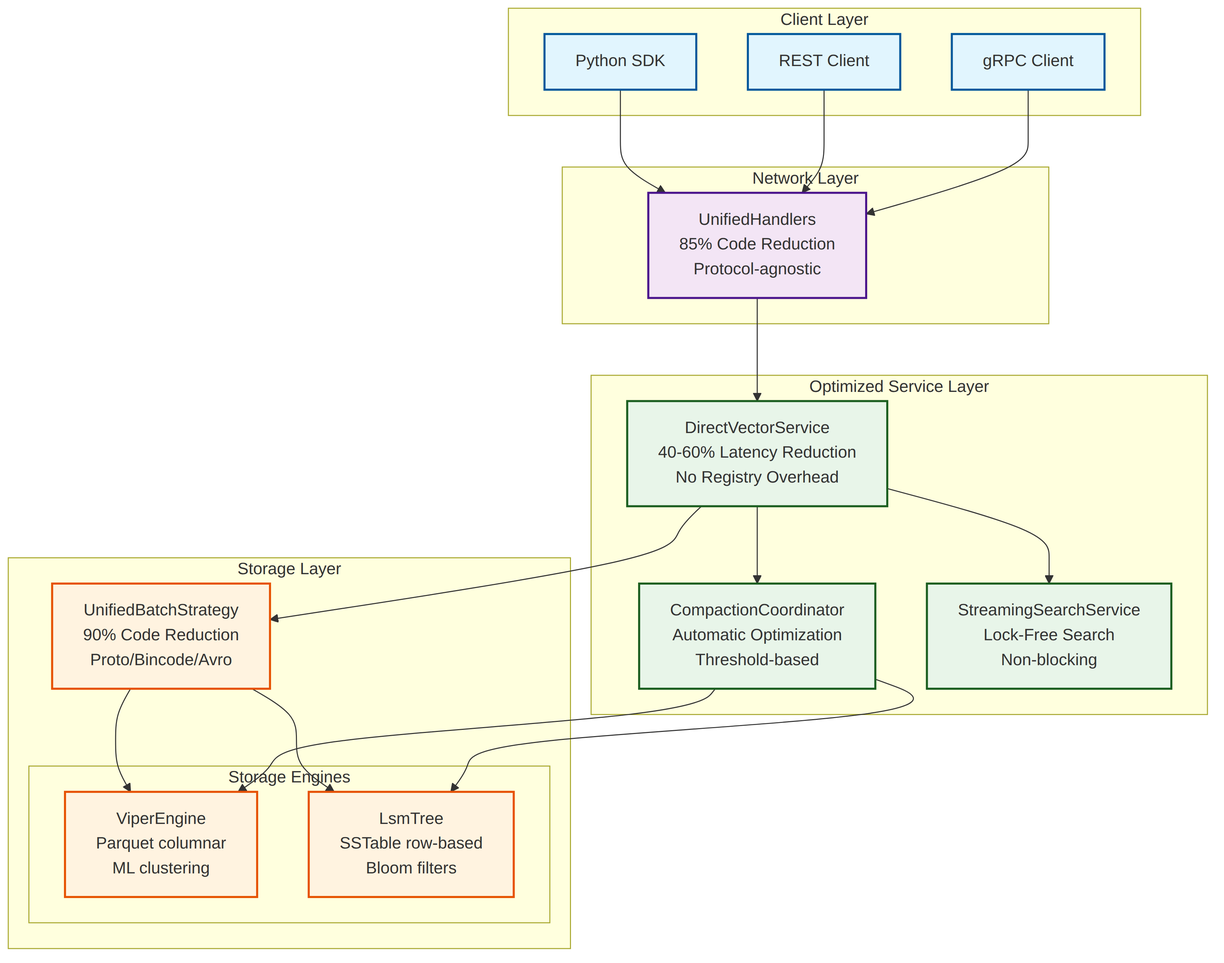
Before: docs/diagrams/images/direct-vector-service.png, a diagram exported from Mermaid (vjsingh1984/proximaDB). Its source is kept beside it as docs/diagrams/direct-vector-service.mmd.
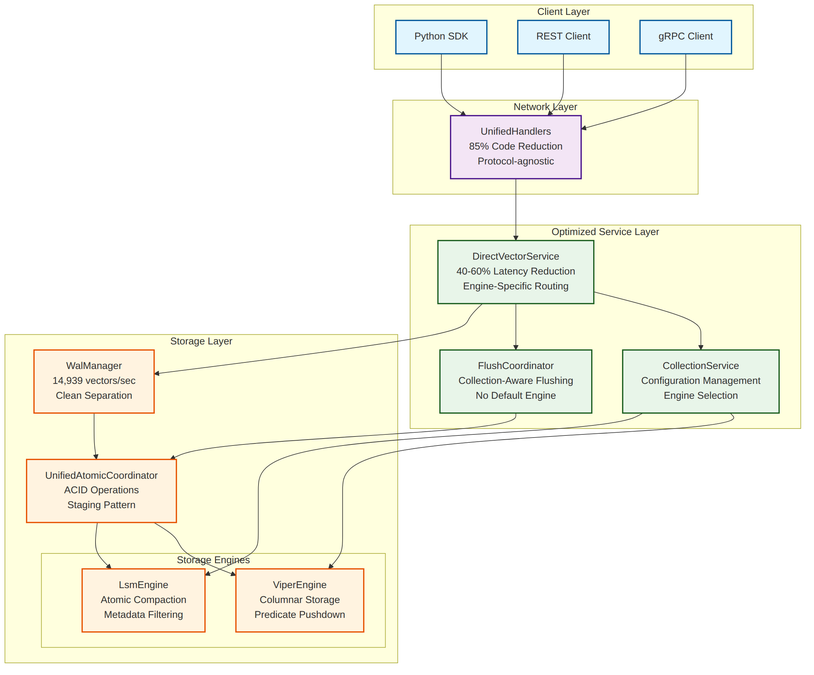
After the commit.

The edit, as a diff of the source:
```diff
@@ -10,18 +10,20 @@
     end
 
     subgraph "Optimized Service Layer"
-        DVS[DirectVectorService<br/>40-60% Latency Reduction<br/>No Registry Overhead]
-        CC[CompactionCoordinator<br/>Automatic Optimization<br/>Threshold-based]
-        SSS[StreamingSearchService<br/>Lock-Free Search<br/>Non-blocking]
+        DVS[DirectVectorService<br/>40-60% Latency Reduction<br/>Engine-Specific Routing]
+        CS[CollectionService<br/>Configuration Management<br/>Engine Selection]
+        FC[FlushCoordinator<br/>Collection-Aware Flushing<br/>No Default Engine]
     end
 
     subgraph "Storage Layer"
-        UBS[UnifiedBatchStrategy<br/>90% Code Reduction<br/>Proto/Bincode/Avro]
+        WAL[WalManager<br/>14,939 vectors/sec<br/>Clean Separation]
 
         subgraph "Storage Engines"
-            VIPER[ViperEngine<br/>Parquet columnar<br/>ML clustering]
-            LSM[LsmTree<br/>SSTable row-based<br/>Bloom filters]
+            VIPER[ViperEngine<br/>Columnar Storage<br/>Predicate Pushdown]
+            LSM[LsmEngine<br/>Atomic Compaction<br/>Metadata Filtering]
         end
+
+        UAC[UnifiedAtomicCoordinator<br/>ACID Operations<br/>Staging Pattern]
     end
 
     Python --> UH
@@ -29,15 +31,18 @@
     gRPC --> UH
 
     UH --> DVS
-    DVS --> CC
-    DVS --> SSS
-    DVS --> UBS
+    DVS --> CS
+    DVS --> FC
+    DVS --> WAL
 
-    UBS --> VIPER
-    UBS --> LSM
+    CS --> VIPER
+    CS --> LSM
 
-    CC --> VIPER
-    CC --> LSM
+    WAL --> UAC
+    FC --> UAC
+
+    UAC --> VIPER
+    UAC --> LSM
 
     classDef client fill:#e1f5fe,stroke:#01579b,stroke-width:2px
     classDef network fill:#f3e5f5,stroke:#4a148c,stroke-width:2px
@@ -46,5 +51,5 @@
 
     class Python,REST,gRPC client
     class UH network
-    class DVS,CC,SSS service
-    class UBS,VIPER,LSM storage
+    class DVS,CS,FC service
+    class WAL,VIPER,LSM,UAC storage
```
